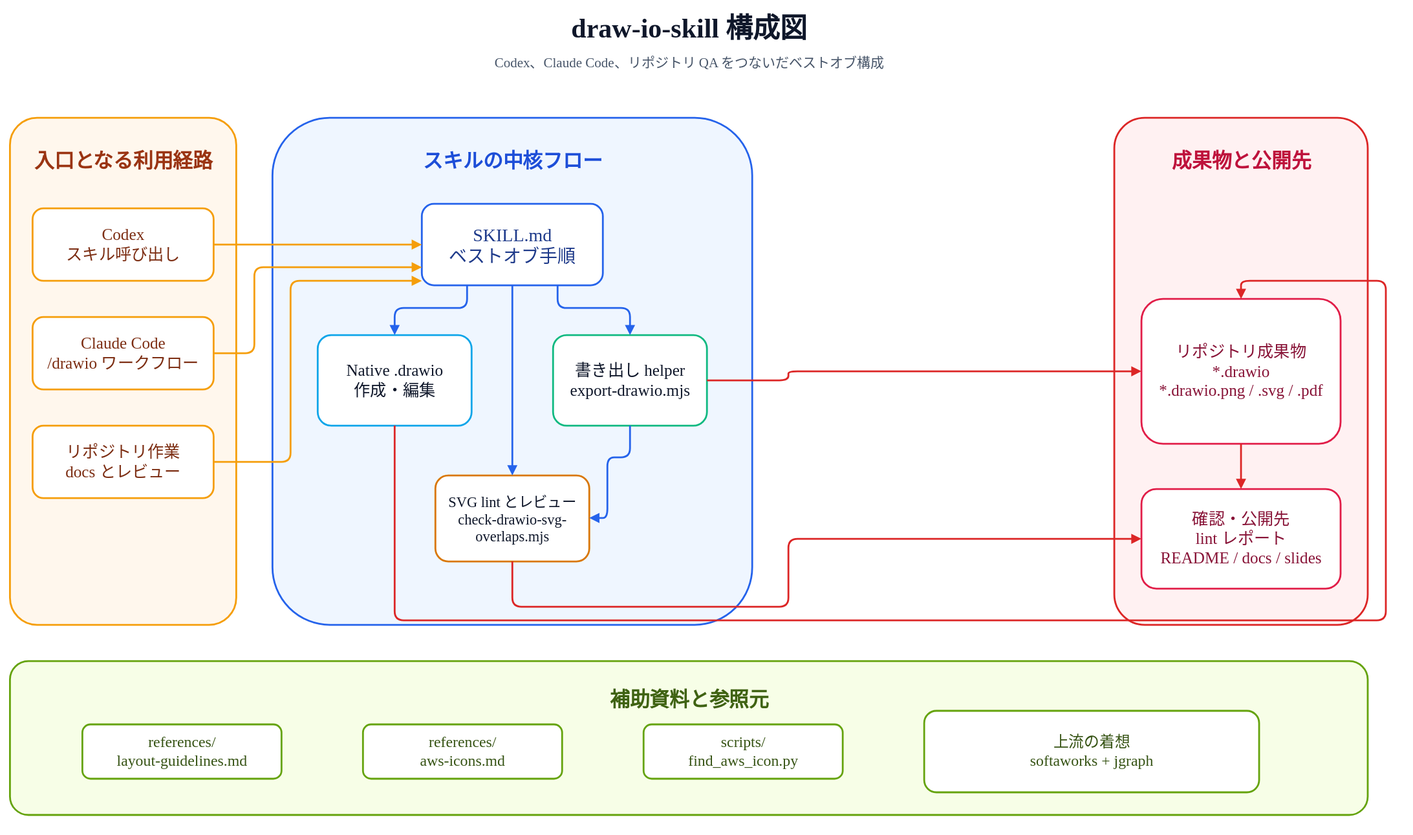
Above: assets/draw-io-skill-structure.ja.drawio.svg in Sunwood-ai-labs/draw-io-skill (draw.io), before the change. Source tidied: cells renumbered, new cells last; positions are measured from the earlier drawing's top-left corner, leaving out a move shared by most shapes.
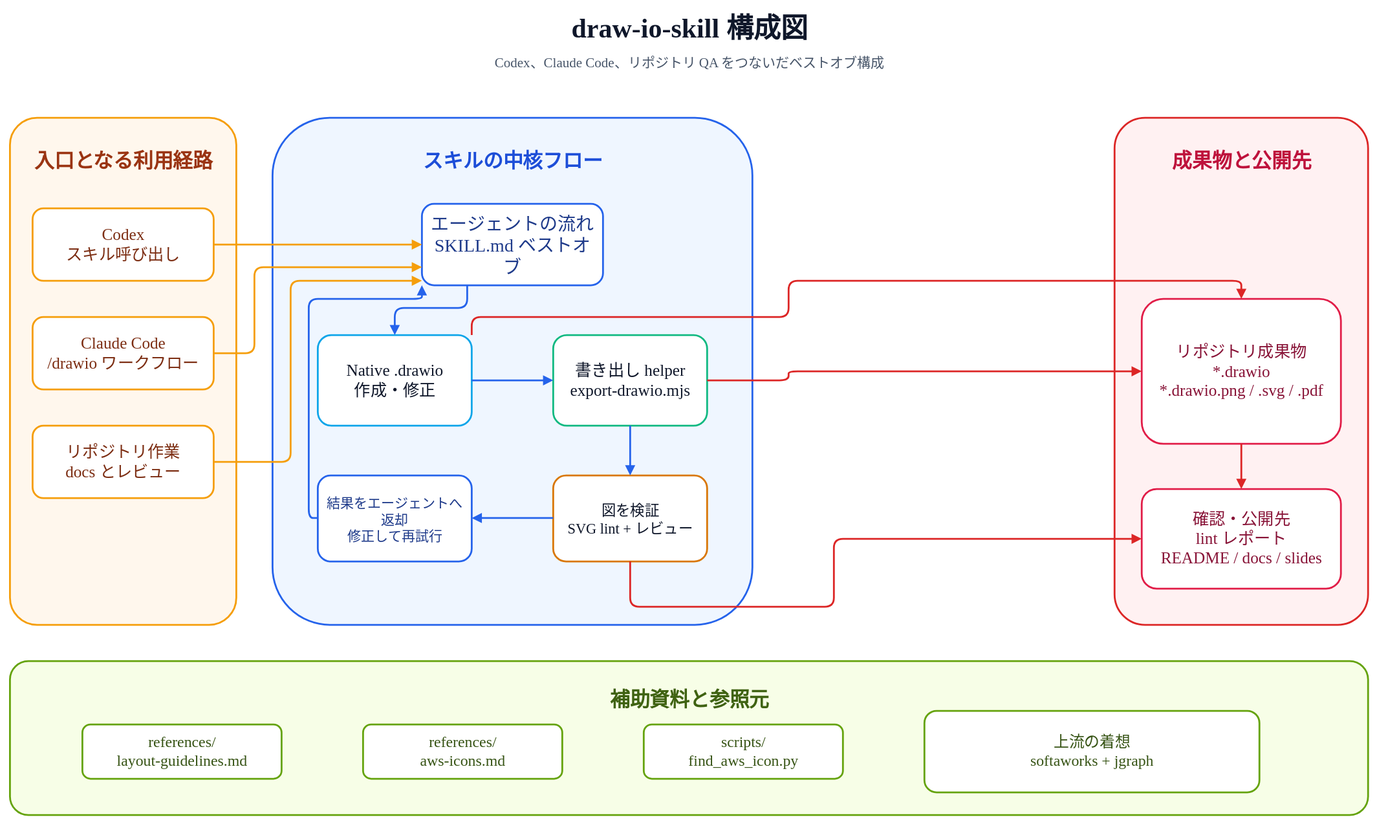
Later version of the same file.

Diff of the diagram source:
```diff
@@ -41,18 +41,21 @@
     <mxCell id="14" value="リポジトリ作業&lt;br&gt;docs とレビュー" style="rounded=1;whiteSpace=wrap;html=1;fillColor=#ffffff;strokeColor=#f59e0b;strokeWidth=2;fontSize=18;fontFamily=Noto Sans JP;fontColor=#7c2d12;align=center;verticalAlign=middle;spacing=8;" parent="1" vertex="1">
       <mxGeometry x="25" y="460" width="200" height="80" as="geometry" />
     </mxCell>
-    <mxCell id="15" value="SKILL.md&lt;br&gt;ベストオブ手順" style="rounded=1;whiteSpace=wrap;html=1;fillColor=#ffffff;strokeColor=#2563eb;strokeWidth=2;fontSize=20;fontFamily=Noto Sans JP;fontColor=#1e3a8a;align=center;verticalAlign=middle;spacing=8;" parent="1" vertex="1">
+    <mxCell id="15" value="エージェントの流れ&lt;br&gt;SKILL.md ベストオブ" style="rounded=1;whiteSpace=wrap;html=1;fillColor=#ffffff;strokeColor=#2563eb;strokeWidth=2;fontSize=20;fontFamily=Noto Sans JP;fontColor=#1e3a8a;align=center;verticalAlign=middle;spacing=8;" parent="1" vertex="1">
       <mxGeometry x="455" y="215" width="200" height="90" as="geometry" />
     </mxCell>
-    <mxCell id="16" value="Native .drawio&lt;br&gt;作成・編集" style="rounded=1;whiteSpace=wrap;html=1;fillColor=#ffffff;strokeColor=#0ea5e9;strokeWidth=2;fontSize=18;fontFamily=Noto Sans JP;fontColor=#0f172a;align=center;verticalAlign=middle;spacing=8;" parent="1" vertex="1">
+    <mxCell id="16" value="Native .drawio&lt;br&gt;作成・修正" style="rounded=1;whiteSpace=wrap;html=1;fillColor=#ffffff;strokeColor=#0ea5e9;strokeWidth=2;fontSize=18;fontFamily=Noto Sans JP;fontColor=#0f172a;align=center;verticalAlign=middle;spacing=8;" parent="1" vertex="1">
       <mxGeometry x="340" y="360" width="170" height="100" as="geometry" />
     </mxCell>
     <mxCell id="17" value="書き出し helper&lt;br&gt;export-drawio.mjs" style="rounded=1;whiteSpace=wrap;html=1;fillColor=#ffffff;strokeColor=#10b981;strokeWidth=2;fontSize=18;fontFamily=Noto Sans JP;fontColor=#0f172a;align=center;verticalAlign=middle;spacing=8;" parent="1" vertex="1">
       <mxGeometry x="600" y="360" width="170" height="100" as="geometry" />
     </mxCell>
-    <mxCell id="18" value="SVG lint とレビュー&lt;br&gt;check-drawio-svg-overlaps.mjs" style="rounded=1;whiteSpace=wrap;html=1;fillColor=#ffffff;strokeColor=#d97706;strokeWidth=2;fontSize=16;fontFamily=Noto Sans JP;fontColor=#0f172a;align=center;verticalAlign=middle;spacing=8;" parent="1" vertex="1">
-      <mxGeometry x="470" y="515" width="170" height="95" as="geometry" />
+    <mxCell id="18" value="図を検証&lt;br&gt;SVG lint + レビュー" style="rounded=1;whiteSpace=wrap;html=1;fillColor=#ffffff;strokeColor=#d97706;strokeWidth=2;fontSize=16;fontFamily=Noto Sans JP;fontColor=#0f172a;align=center;verticalAlign=middle;spacing=8;" parent="1" vertex="1">
+      <mxGeometry x="600" y="515" width="170" height="95" as="geometry" />
     </mxCell>
+    <mxCell id="36" value="結果をエージェントへ返却&lt;br&gt;修正して再試行" style="rounded=1;whiteSpace=wrap;html=1;fillColor=#ffffff;strokeColor=#2563eb;strokeWidth=2;fontSize=15;fontFamily=Noto Sans JP;fontColor=#1e3a8a;align=center;verticalAlign=middle;spacing=8;" parent="1" vertex="1">
+      <mxGeometry x="340" y="515" width="170" height="95" as="geometry" />
+    </mxCell>
     <mxCell id="19" value="references/&lt;br&gt;layout-guidelines.md" style="rounded=1;whiteSpace=wrap;html=1;fillColor=#ffffff;strokeColor=#65a30d;strokeWidth=2;fontSize=17;fontFamily=Noto Sans JP;fontColor=#365314;align=center;verticalAlign=middle;spacing=8;" parent="1" vertex="1">
       <mxGeometry x="80" y="790" width="220" height="60" as="geometry" />
     </mxCell>
@@ -107,41 +110,43 @@
         </Array>
       </mxGeometry>
     </mxCell>
-    <mxCell id="29" style="edgeStyle=orthogonalEdgeStyle;rounded=1;orthogonalLoop=1;jettySize=auto;html=1;endArrow=block;endFill=1;strokeWidth=2;strokeColor=#2563eb;" parent="1" edge="1">
-      <mxGeometry relative="1" as="geometry">
-        <mxPoint x="605" y="305" as="sourcePoint" />
-        <mxPoint x="685" y="360" as="targetPoint" />
-        <Array as="points">
-          <mxPoint x="605" y="330" />
-          <mxPoint x="685" y="330" />
-        </Array>
-      </mxGeometry>
-    </mxCell>
-    <mxCell id="30" style="edgeStyle=orthogonalEdgeStyle;rounded=1;orthogonalLoop=1;jettySize=auto;html=1;endArrow=block;endFill=1;strokeWidth=2;strokeColor=#2563eb;" parent="1" edge="1">
-      <mxGeometry relative="1" as="geometry">
-        <mxPoint x="555" y="305" as="sourcePoint" />
-        <mxPoint x="555" y="515" as="targetPoint" />
-      </mxGeometry>
-    </mxCell>
+    <mxCell id="37" style="edgeStyle=orthogonalEdgeStyle;rounded=1;orthogonalLoop=1;jettySize=auto;html=1;endArrow=block;endFill=1;strokeWidth=2;strokeColor=#2563eb;" parent="1" edge="1">
+      <mxGeometry relative="1" as="geometry">
+        <mxPoint x="510" y="410" as="sourcePoint" />
+        <mxPoint x="600" y="410" as="targetPoint" />
+      </mxGeometry>
+    </mxCell>
+    <mxCell id="38" style="edgeStyle=orthogonalEdgeStyle;rounded=1;orthogonalLoop=1;jettySize=auto;html=1;endArrow=block;endFill=1;strokeWidth=2;strokeColor=#2563eb;" parent="1" edge="1">
+      <mxGeometry relative="1" as="geometry">
+        <mxPoint x="340" y="562" as="sourcePoint" />
+        <mxPoint x="455" y="305" as="targetPoint" />
+        <Array as="points">
+          <mxPoint x="330" y="562" />
+          <mxPoint x="330" y="320" />
+          <mxPoint x="455" y="320" />
+        </Array>
+      </mxGeometry>
+    </mxCell>
     <mxCell id="31" style="edgeStyle=orthogonalEdgeStyle;rounded=1;orthogonalLoop=1;jettySize=auto;html=1;endArrow=block;endFill=1;strokeWidth=2;strokeColor=#2563eb;" parent="1" edge="1">
       <mxGeometry relative="1" as="geometry">
         <mxPoint x="685" y="460" as="sourcePoint" />
-        <mxPoint x="640" y="562" as="targetPoint" />
-        <Array as="points">
-          <mxPoint x="685" y="495" />
-          <mxPoint x="660" y="495" />
-          <mxPoint x="660" y="562" />
-        </Array>
+        <mxPoint x="685" y="515" as="targetPoint" />
       </mxGeometry>
     </mxCell>
+    <mxCell id="39" style="edgeStyle=orthogonalEdgeStyle;rounded=1;orthogonalLoop=1;jettySize=auto;html=1;endArrow=block;endFill=1;strokeWidth=2;strokeColor=#2563eb;" parent="1" edge="1">
+      <mxGeometry relative="1" as="geometry">
+        <mxPoint x="600" y="562" as="sourcePoint" />
+        <mxPoint x="510" y="562" as="targetPoint" />
+      </mxGeometry>
+    </mxCell>
     <mxCell id="32" style="edgeStyle=orthogonalEdgeStyle;rounded=1;orthogonalLoop=1;jettySize=auto;html=1;endArrow=block;endFill=1;strokeWidth=2;strokeColor=#dc2626;" parent="1" edge="1">
       <mxGeometry relative="1" as="geometry">
-        <mxPoint x="425" y="460" as="sourcePoint" />
+        <mxPoint x="510" y="360" as="sourcePoint" />
         <mxPoint x="1360" y="320" as="targetPoint" />
         <Array as="points">
-          <mxPoint x="425" y="675" />
-          <mxPoint x="1520" y="675" />
-          <mxPoint x="1520" y="300" />
+          <mxPoint x="510" y="340" />
+          <mxPoint x="860" y="340" />
+          <mxPoint x="860" y="300" />
           <mxPoint x="1360" y="300" />
         </Array>
       </mxGeometry>
@@ -158,12 +163,12 @@
     </mxCell>
     <mxCell id="34" style="edgeStyle=orthogonalEdgeStyle;rounded=1;orthogonalLoop=1;jettySize=auto;html=1;endArrow=block;endFill=1;strokeWidth=2;strokeColor=#dc2626;" parent="1" edge="1">
       <mxGeometry relative="1" as="geometry">
-        <mxPoint x="555" y="610" as="sourcePoint" />
+        <mxPoint x="685" y="610" as="sourcePoint" />
         <mxPoint x="1250" y="585" as="targetPoint" />
         <Array as="points">
-          <mxPoint x="555" y="660" />
-          <mxPoint x="860" y="660" />
-          <mxPoint x="860" y="585" />
+          <mxPoint x="685" y="660" />
+          <mxPoint x="910" y="660" />
+          <mxPoint x="910" y="585" />
         </Array>
       </mxGeometry>
     </mxCell>
```
